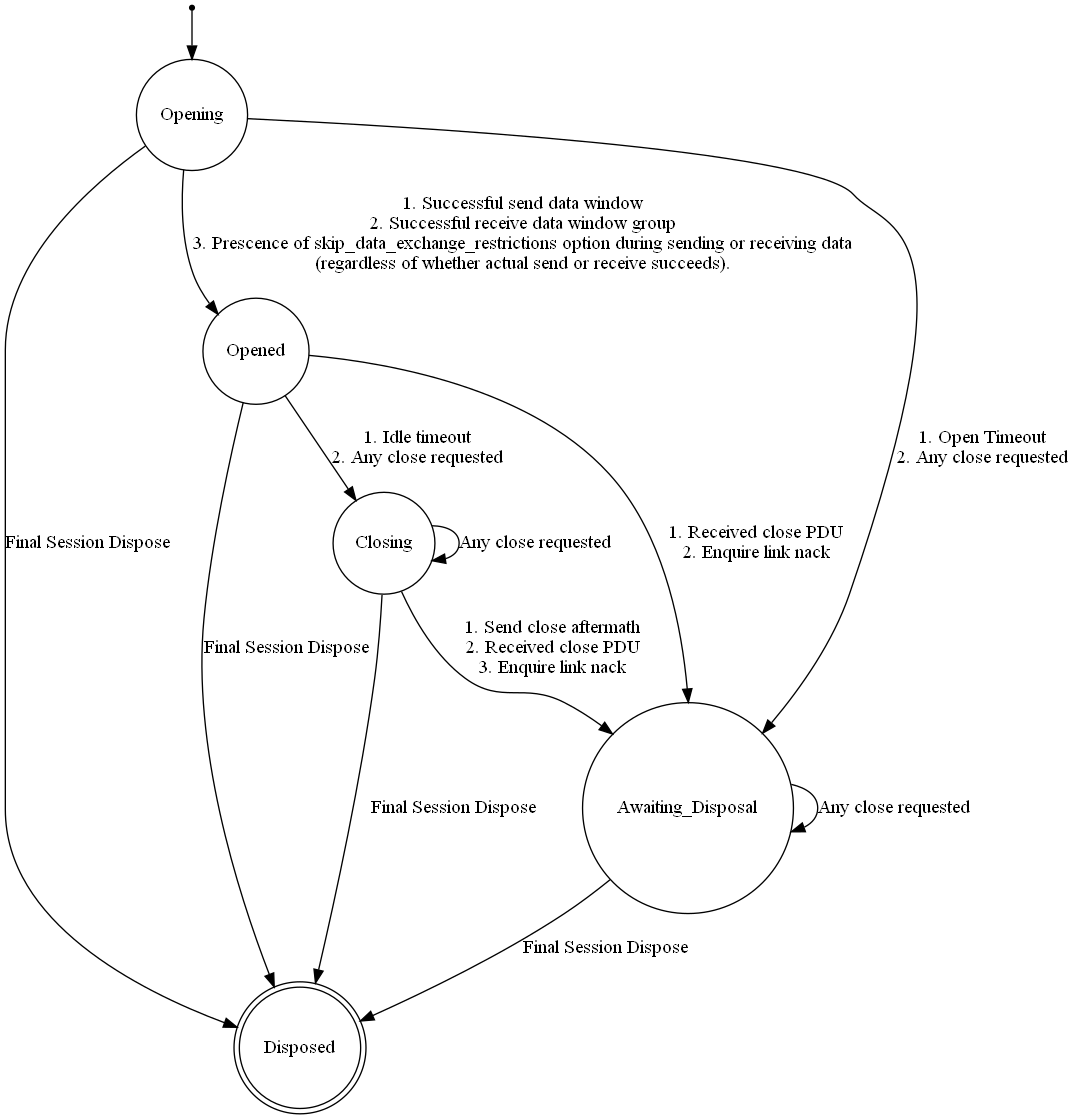
The Graphviz diagram psm.png in aaronicsubstances/scalable-ipc, before a commit. Its source is kept beside it as psm.dot.
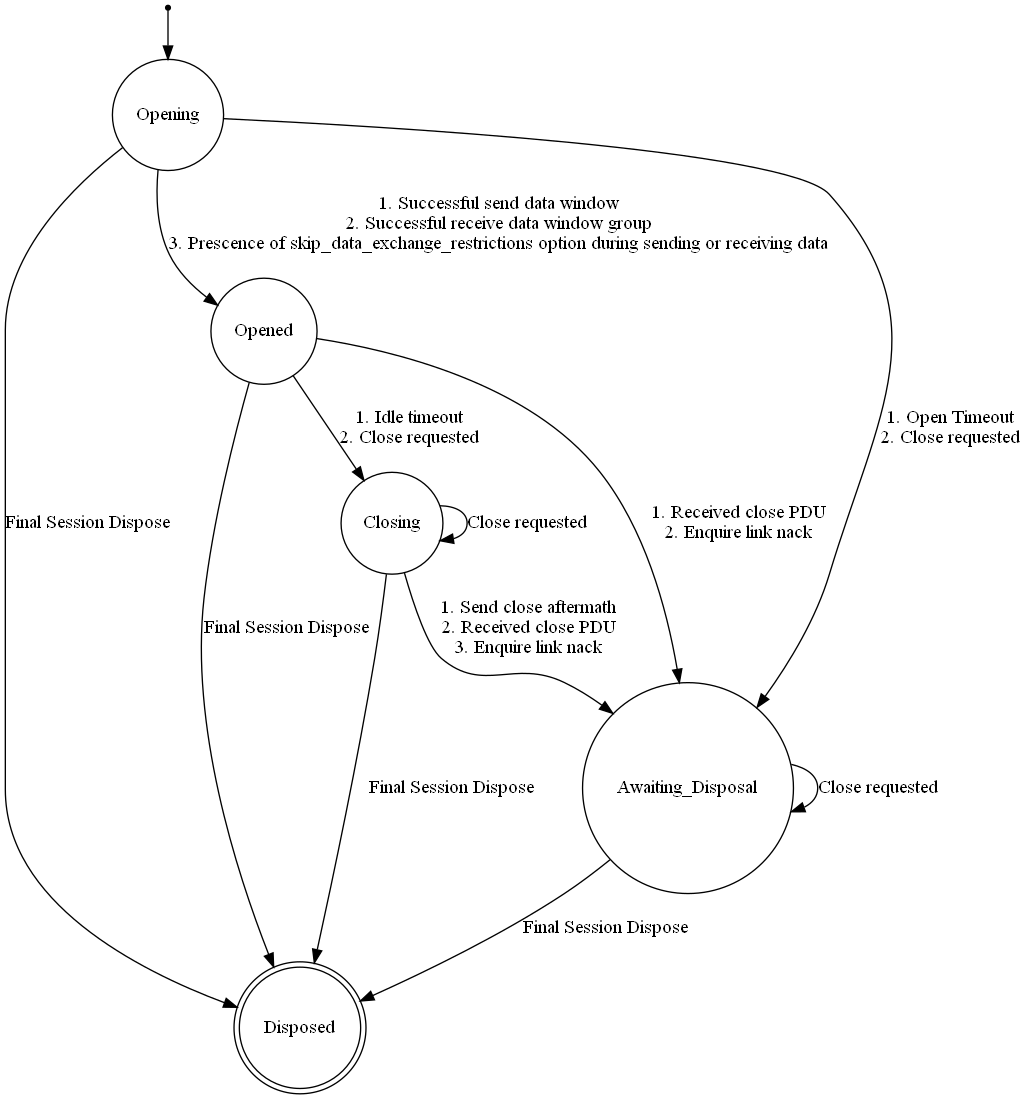
Later version of the same file.

Commit message:
Updated code base to match new restrictions on window id increments.

Change to the diagram source:
```diff
@@ -6,13 +6,13 @@
 	Opening -> Opened [ label=<
 		1. Successful send data window<br/>
 		2. Successful receive data window group<br/>
-		3. Prescence of skip_data_exchange_restrictions option during sending or receiving data<br/>(regardless of whether actual send or receive succeeds).
+		3. Prescence of skip_data_exchange_restrictions option during sending or receiving data
 	>];
 	Opened -> Closing [ label = <
 		1. Idle timeout<br/>
-		2. Any close requested
+		2. Close requested
 	>];
-	Closing -> Closing [ label = "Any close requested" ];
+	Closing -> Closing [ label = "Close requested" ];
 	Closing -> Awaiting_Disposal [label = <
 		1. Send close aftermath<br/>
 		2. Received close PDU<br/>
@@ -24,9 +24,9 @@
 	>];
 	Opening -> Awaiting_Disposal [ label = <
 		1. Open Timeout<br/>
-		2. Any close requested
+		2. Close requested
 	>];
-	Awaiting_Disposal -> Awaiting_Disposal [ label = "Any close requested" ];
+	Awaiting_Disposal -> Awaiting_Disposal [ label = "Close requested" ];
 	Opening -> Disposed [ label = "Final Session Dispose" ];
 	Opened -> Disposed [ label = "Final Session Dispose" ];
 	Closing -> Disposed [ label = "Final Session Dispose" ];
```
